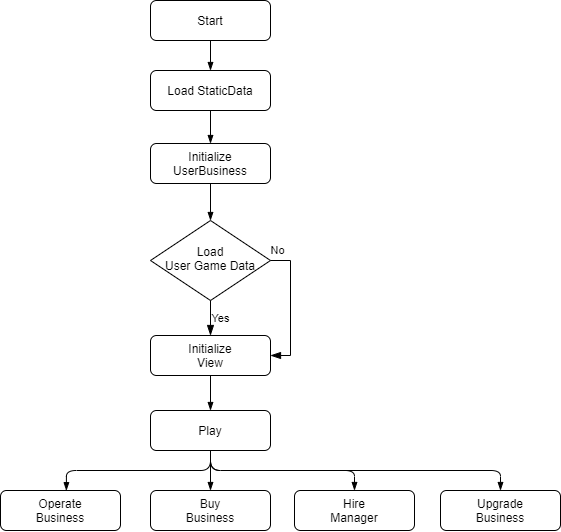
The draw.io diagram Adventure-Capitalist.png in dinoLee/Adventure-Capitalist, before a commit. Source tidied: cells renumbered, new cells last; positions are measured from the earlier drawing's top-left corner, leaving out a move shared by most shapes.
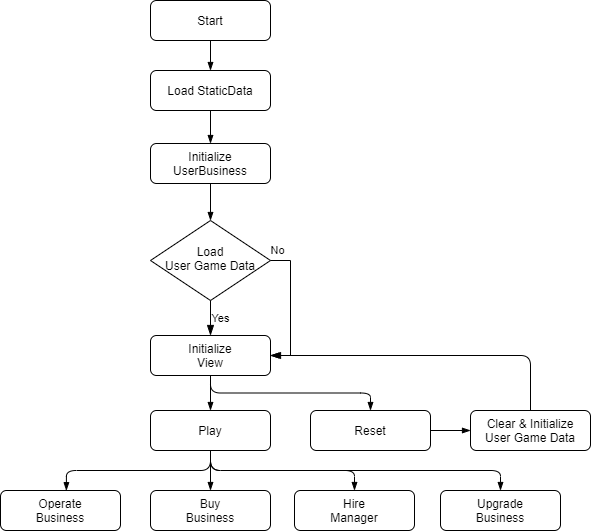
Above is the later version.

What changed in the source:
```diff
@@ -64,5 +64,20 @@
     <mxCell id="21" value="Upgrade&lt;br&gt;Business" style="rounded=1;whiteSpace=wrap;html=1;fontSize=12;glass=0;strokeWidth=1;shadow=0;" parent="1" vertex="1">
       <mxGeometry x="440" y="490" width="120" height="40" as="geometry" />
     </mxCell>
+    <mxCell id="22" value="Reset" style="rounded=1;whiteSpace=wrap;html=1;fontSize=12;glass=0;strokeWidth=1;shadow=0;" parent="1" vertex="1">
+      <mxGeometry x="310" y="410" width="120" height="40" as="geometry" />
+    </mxCell>
+    <mxCell id="23" style="endArrow=blockThin;html=1;endFill=1;exitX=0.5;exitY=1;exitDx=0;exitDy=0;edgeStyle=orthogonalEdgeStyle;entryX=0.5;entryY=0;entryDx=0;entryDy=0;" parent="1" edge="1" source="8" target="22">
+      <mxGeometry relative="1" as="geometry" />
+    </mxCell>
+    <mxCell id="24" value="Clear &amp;amp; Initialize&lt;br&gt;User Game Data" style="rounded=1;whiteSpace=wrap;html=1;fontSize=12;glass=0;strokeWidth=1;shadow=0;" parent="1" vertex="1">
+      <mxGeometry x="470" y="410" width="120" height="40" as="geometry" />
+    </mxCell>
+    <mxCell id="25" style="endArrow=blockThin;html=1;exitX=1;exitY=0.5;exitDx=0;exitDy=0;endFill=1;entryX=0;entryY=0.5;entryDx=0;entryDy=0;" parent="1" edge="1" source="22" target="24">
+      <mxGeometry relative="1" as="geometry" />
+    </mxCell>
+    <mxCell id="26" style="endArrow=blockThin;html=1;endFill=1;exitX=0.5;exitY=0;exitDx=0;exitDy=0;edgeStyle=orthogonalEdgeStyle;entryX=1;entryY=0.5;entryDx=0;entryDy=0;" parent="1" edge="1" source="24" target="8">
+      <mxGeometry relative="1" as="geometry" />
+    </mxCell>
   </root>
 </mxGraphModel>
```
